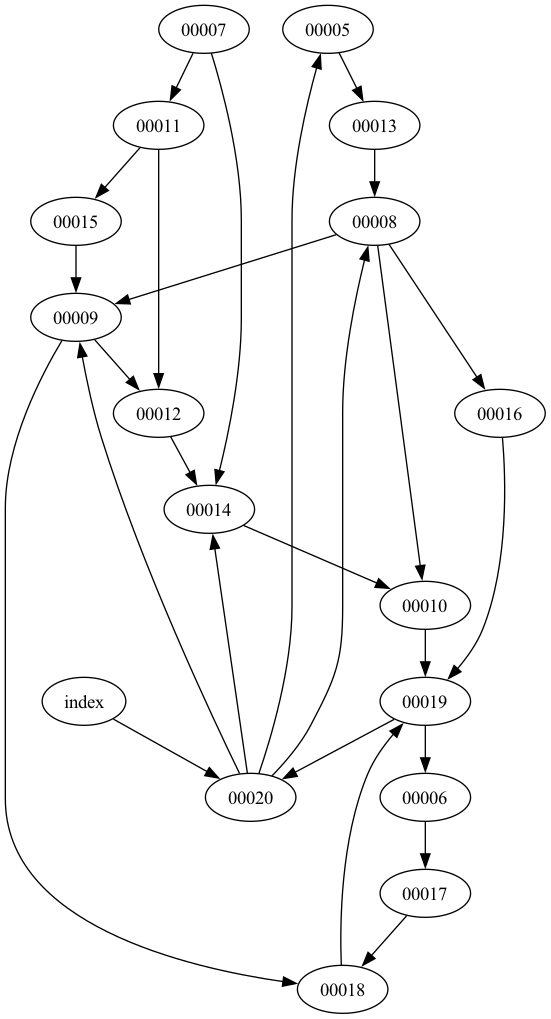
Above: zine_graph.png in kvnchpl/jungle (Graphviz), before the change. Its source is kept beside it as zine_graph.dot.
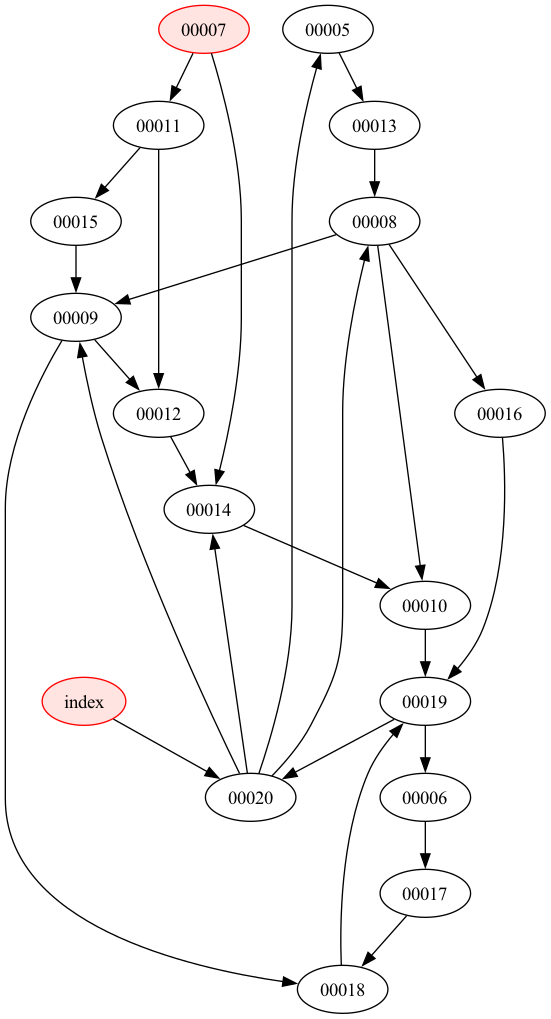
Later version of the same file.

The edit, as a diff of the source:
```diff
@@ -1,21 +1,21 @@
 digraph Zine {
-    "00005";
-    "00006";
-    "00007";
-    "00008";
-    "00009";
-    "00010";
-    "00011";
-    "00012";
-    "00013";
-    "00014";
-    "00015";
-    "00016";
-    "00017";
-    "00018";
-    "00019";
-    "00020";
-    "index";
+    "00005" [];
+    "00006" [];
+    "00007" [color="red", style="filled", fillcolor="mistyrose"];
+    "00008" [];
+    "00009" [];
+    "00010" [];
+    "00011" [];
+    "00012" [];
+    "00013" [];
+    "00014" [];
+    "00015" [];
+    "00016" [];
+    "00017" [];
+    "00018" [];
+    "00019" [];
+    "00020" [];
+    "index" [color="red", style="filled", fillcolor="mistyrose"];
     "00020" -> "00009";
     "00020" -> "00005";
     "00020" -> "00008";
```
